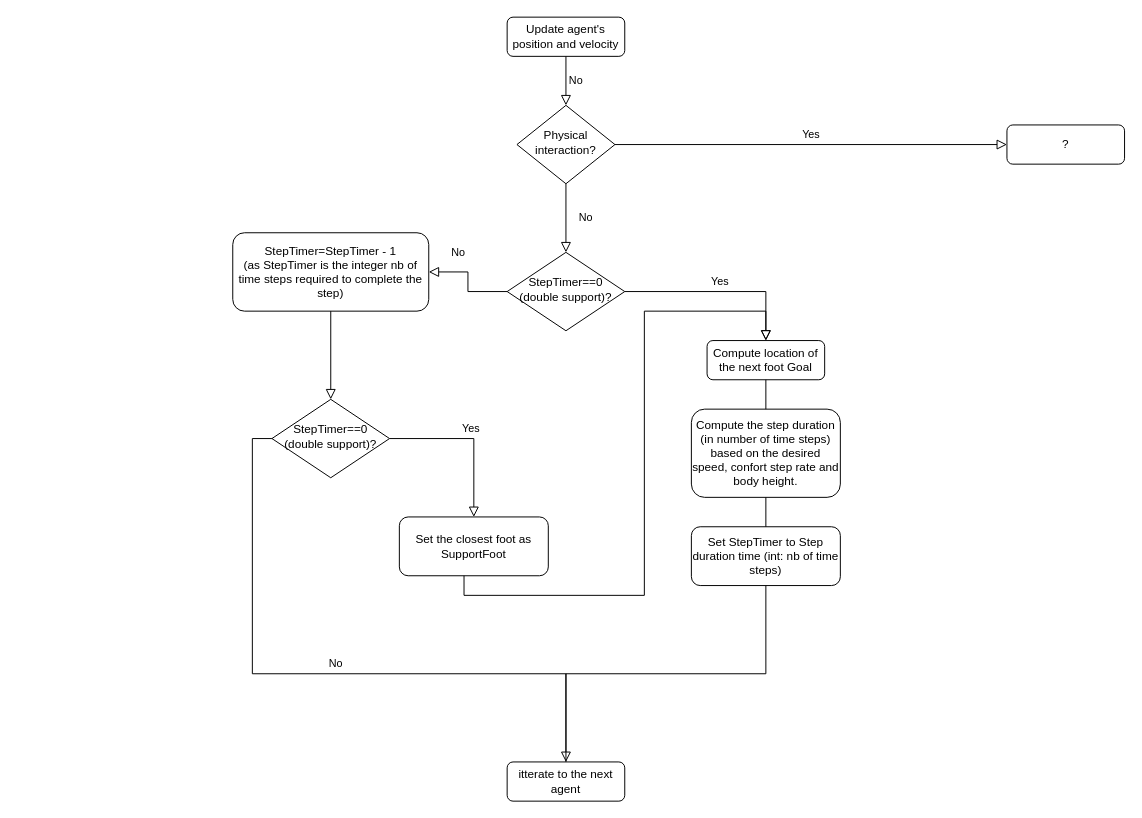
Above: Flowchart_gait_humanoid_model.drawio in ThoChat/jupedsim_test_sandbox (draw.io), before the change. Source tidied: cells renumbered, new cells numbered last; positions are measured from the earlier drawing's top-left corner, leaving out a move shared by most shapes. Both pictures are drawn from the tidied source at 98%, with x=0, y=0 at pixel (232, 17).
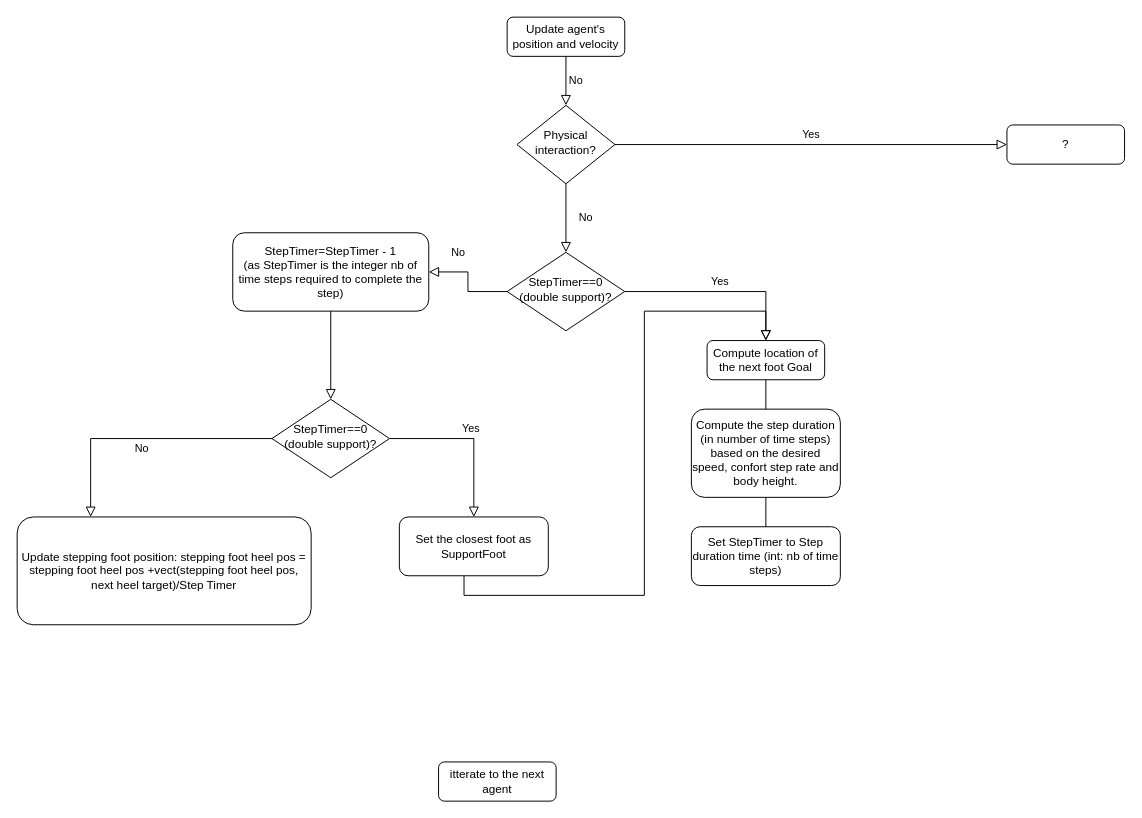
The same page after the edit.

Unchanged cells that the change refers to:
```xml
<mxCell id="12" value="Set StepTimer to Step duration time (int: nb of time steps)" style="rounded=1;whiteSpace=wrap;html=1;fontSize=12;glass=0;strokeWidth=1;shadow=0;" parent="1" vertex="1">
  <mxGeometry x="468" y="520" width="152" height="60" as="geometry" />
</mxCell>
<mxCell id="15" value="StepTimer==0 (double support)?" style="rhombus;whiteSpace=wrap;html=1;shadow=0;fontFamily=Helvetica;fontSize=12;align=center;strokeWidth=1;spacing=6;spacingTop=-4;" parent="1" vertex="1">
  <mxGeometry x="40" y="390" width="120" height="80" as="geometry" />
</mxCell>
```

What changed in the source:
```diff
@@
-    <mxCell id="18" value="No" style="edgeStyle=orthogonalEdgeStyle;rounded=0;html=1;jettySize=auto;fontSize=11;endArrow=block;endFill=0;endSize=8;strokeWidth=1;shadow=0;labelBackgroundColor=none;exitX=0;exitY=0.5;exitDx=0;exitDy=0;entryX=0.5;entryY=0;entryDx=0;entryDy=0;" parent="1" edge="1" source="15">
-      <mxGeometry y="10" relative="1" as="geometry">
-        <mxPoint x="340" y="780" as="targetPoint" />
-        <Array as="points">
-          <mxPoint x="20" y="430" />
-          <mxPoint x="20" y="670" />
-          <mxPoint x="340" y="670" />
-        </Array>
-      </mxGeometry>
-    </mxCell>
@@
     <mxCell id="23" value="itterate to the next agent" style="rounded=1;whiteSpace=wrap;html=1;fontSize=12;glass=0;strokeWidth=1;shadow=0;" parent="1" vertex="1">
-      <mxGeometry x="280" y="760" width="120" height="40" as="geometry" />
+      <mxGeometry x="210" y="760" width="120" height="40" as="geometry" />
     </mxCell>
-    <mxCell id="24" style="edgeStyle=orthogonalEdgeStyle;rounded=0;html=1;jettySize=auto;fontSize=11;endArrow=block;endFill=0;endSize=8;strokeWidth=1;shadow=0;labelBackgroundColor=none;exitX=0.5;exitY=1;exitDx=0;exitDy=0;entryX=0.5;entryY=0;entryDx=0;entryDy=0;" parent="1" edge="1" source="12" target="23">
-      <mxGeometry y="10" relative="1" as="geometry" />
-    </mxCell>
+    <mxCell id="25" value="Update stepping foot position: stepping foot heel pos = stepping foot heel pos +vect(stepping foot heel pos, next heel target)/Step Timer" style="rounded=1;whiteSpace=wrap;html=1;fontSize=12;glass=0;strokeWidth=1;shadow=0;" parent="1" vertex="1">
+      <mxGeometry x="-220" y="510" width="300" height="110" as="geometry" />
+    </mxCell>
+    <mxCell id="18" value="No" style="edgeStyle=orthogonalEdgeStyle;rounded=0;html=1;jettySize=auto;fontSize=11;endArrow=block;endFill=0;endSize=8;strokeWidth=1;shadow=0;labelBackgroundColor=none;entryX=0.25;entryY=0;entryDx=0;entryDy=0;exitX=0;exitY=0.5;exitDx=0;exitDy=0;" parent="1" edge="1" source="15" target="25">
+      <mxGeometry y="10" relative="1" as="geometry" />
+    </mxCell>
```
